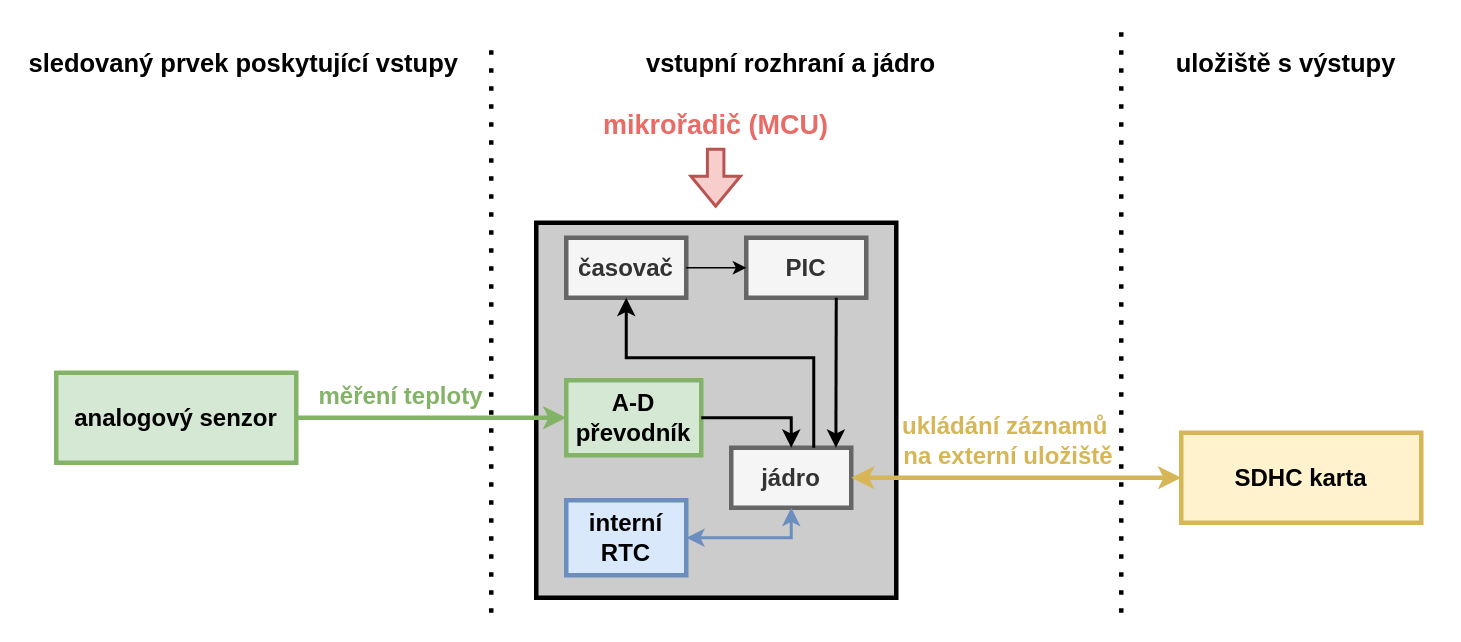
Doly02/thesis keeps this draw.io diagram as diagrams/recorder_mcu/recorder_mcu.drawio. Above is the earlier version. Source tidied: cells renumbered, new cells numbered last; positions are measured from the earlier drawing's top-left corner, leaving out a move shared by most shapes. Both pictures are drawn from the tidied source at 150%, with x=0, y=0 at pixel (26, 27).
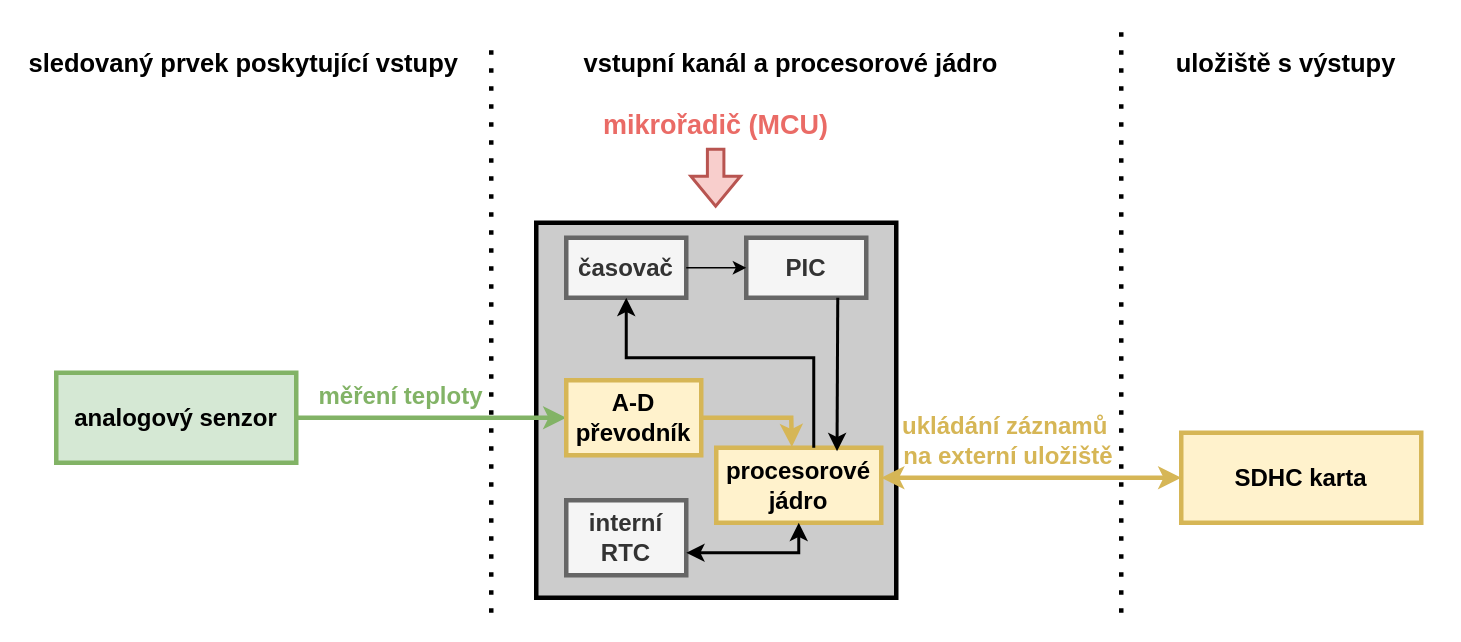
After the change.

Commit message (it also covers changes not shown here):
[TECH_REPORT] Updates Theory Section. Updates Diagrams Common Datalogger Scheme & MCU Recorder.

The change refers to these unchanged cells:
```xml
<mxCell id="7" value="&lt;font style=&quot;font-size: 16px;&quot;&gt;&lt;b style=&quot;&quot;&gt;SDHC karta&lt;/b&gt;&lt;/font&gt;" style="rounded=0;whiteSpace=wrap;html=1;fillColor=#fff2cc;strokeColor=#d6b656;strokeWidth=3;" parent="1" vertex="1">
  <mxGeometry x="770" y="270" width="160" height="60" as="geometry" />
</mxCell>
<mxCell id="13" value="&lt;font style=&quot;font-size: 16px;&quot;&gt;&lt;b style=&quot;&quot;&gt;PIC&lt;/b&gt;&lt;/font&gt;" style="rounded=0;whiteSpace=wrap;html=1;fillColor=#f5f5f5;fontColor=#333333;strokeColor=#666666;strokeWidth=3;" parent="1" vertex="1">
  <mxGeometry x="480" y="140" width="80" height="40" as="geometry" />
</mxCell>
```

What changed in the source:
```diff
@@
-    <mxCell id="5" value="&lt;font style=&quot;font-size: 16px;&quot;&gt;&lt;b style=&quot;&quot;&gt;A-D&lt;/b&gt;&lt;/font&gt;&lt;div&gt;&lt;font style=&quot;font-size: 16px;&quot;&gt;&lt;b style=&quot;&quot;&gt;převodník&lt;/b&gt;&lt;/font&gt;&lt;/div&gt;" style="rounded=0;whiteSpace=wrap;html=1;fillColor=#d5e8d4;strokeColor=#82b366;strokeWidth=3;" parent="1" vertex="1">
+    <mxCell id="5" value="&lt;font style=&quot;font-size: 16px;&quot;&gt;&lt;b style=&quot;&quot;&gt;A-D&lt;/b&gt;&lt;/font&gt;&lt;div&gt;&lt;font style=&quot;font-size: 16px;&quot;&gt;&lt;b style=&quot;&quot;&gt;převodník&lt;/b&gt;&lt;/font&gt;&lt;/div&gt;" style="rounded=0;whiteSpace=wrap;html=1;fillColor=#fff2cc;strokeColor=#d6b656;strokeWidth=3;" parent="1" vertex="1">
       <mxGeometry x="360" y="235" width="90" height="50" as="geometry" />
     </mxCell>
-    <mxCell id="6" value="&lt;b style=&quot;&quot;&gt;&lt;font style=&quot;font-size: 16px;&quot;&gt;interní&lt;/font&gt;&lt;/b&gt;&lt;div&gt;&lt;b style=&quot;&quot;&gt;&lt;font style=&quot;font-size: 16px;&quot;&gt;RTC&lt;/font&gt;&lt;/b&gt;&lt;/div&gt;" style="rounded=0;whiteSpace=wrap;html=1;fillColor=#dae8fc;strokeColor=#6c8ebf;strokeWidth=3;" parent="1" vertex="1">
+    <mxCell id="6" value="&lt;b style=&quot;&quot;&gt;&lt;font style=&quot;font-size: 16px;&quot;&gt;interní&lt;/font&gt;&lt;/b&gt;&lt;div&gt;&lt;b style=&quot;&quot;&gt;&lt;font style=&quot;font-size: 16px;&quot;&gt;RTC&lt;/font&gt;&lt;/b&gt;&lt;/div&gt;" style="rounded=0;whiteSpace=wrap;html=1;fillColor=#f5f5f5;strokeColor=#666666;strokeWidth=3;fontColor=#333333;" parent="1" vertex="1">
       <mxGeometry x="360" y="315" width="80" height="50" as="geometry" />
     </mxCell>
@@
-    <mxCell id="8" value="&lt;font style=&quot;font-size: 16px;&quot;&gt;&lt;b style=&quot;&quot;&gt;jádro&lt;/b&gt;&lt;/font&gt;" style="rounded=0;whiteSpace=wrap;html=1;fillColor=#f5f5f5;fontColor=#333333;strokeColor=#666666;strokeWidth=3;" parent="1" vertex="1">
-      <mxGeometry x="470" y="280" width="80" height="40" as="geometry" />
+    <mxCell id="8" value="&lt;div&gt;&lt;font style=&quot;font-size: 16px;&quot;&gt;&lt;b style=&quot;&quot;&gt;procesorové&lt;/b&gt;&lt;/font&gt;&lt;/div&gt;&lt;font style=&quot;font-size: 16px;&quot;&gt;&lt;b style=&quot;&quot;&gt;jádro&lt;/b&gt;&lt;/font&gt;" style="rounded=0;whiteSpace=wrap;html=1;fillColor=#fff2cc;strokeColor=#d6b656;strokeWidth=3;" parent="1" vertex="1">
+      <mxGeometry x="460" y="280" width="110" height="50" as="geometry" />
     </mxCell>
-    <mxCell id="9" style="endArrow=classic;html=1;rounded=0;exitX=1;exitY=0.5;exitDx=0;exitDy=0;entryX=0.5;entryY=0;entryDx=0;entryDy=0;strokeWidth=2;" parent="1" edge="1" source="5" target="8">
+    <mxCell id="9" style="endArrow=classic;html=1;rounded=0;exitX=1;exitY=0.5;exitDx=0;exitDy=0;entryX=0.458;entryY=-0.01;entryDx=0;entryDy=0;strokeWidth=3;entryPerimeter=0;fillColor=#fff2cc;strokeColor=#d6b656;" parent="1" edge="1" source="5" target="8">
       <mxGeometry relative="1" as="geometry">
         <Array as="points">
           <mxPoint x="510" y="260" />
         </Array>
       </mxGeometry>
     </mxCell>
-    <mxCell id="10" style="endArrow=classic;html=1;rounded=0;exitX=1;exitY=0.5;exitDx=0;exitDy=0;entryX=0.5;entryY=1;entryDx=0;entryDy=0;startArrow=classic;startFill=1;fillColor=#dae8fc;strokeColor=#6c8ebf;strokeWidth=2;" parent="1" edge="1" source="6" target="8">
+    <mxCell id="10" style="endArrow=classic;html=1;rounded=0;entryX=0.5;entryY=1;entryDx=0;entryDy=0;startArrow=classic;startFill=1;fillColor=#dae8fc;strokeColor=#000000;strokeWidth=2;" parent="1" edge="1" target="8">
       <mxGeometry relative="1" as="geometry">
+        <mxPoint x="440" y="350" as="sourcePoint" />
         <Array as="points">
-          <mxPoint x="510" y="340" />
+          <mxPoint x="515" y="350" />
+          <mxPoint x="515" y="340" />
         </Array>
       </mxGeometry>
     </mxCell>
@@
-    <mxCell id="15" style="endArrow=classic;html=1;rounded=0;exitX=0.75;exitY=1;exitDx=0;exitDy=0;entryX=0.872;entryY=-0.001;entryDx=0;entryDy=0;entryPerimeter=0;strokeWidth=2;" parent="1" edge="1" source="13" target="8">
-      <mxGeometry relative="1" as="geometry" />
+    <mxCell id="15" style="endArrow=classic;html=1;rounded=0;entryX=0.732;entryY=0.046;entryDx=0;entryDy=0;strokeWidth=2;entryPerimeter=0;" parent="1" edge="1" target="8">
+      <mxGeometry relative="1" as="geometry">
+        <mxPoint x="541" y="180" as="sourcePoint" />
+      </mxGeometry>
     </mxCell>
@@
     <mxCell id="19" style="endArrow=classic;startArrow=classic;html=1;rounded=0;entryX=0;entryY=0.5;entryDx=0;entryDy=0;fillColor=#fff2cc;strokeColor=#d6b656;strokeWidth=3;" parent="1" edge="1" target="7">
       <mxGeometry relative="1" as="geometry">
-        <mxPoint x="550" y="300" as="sourcePoint" />
+        <mxPoint x="570" y="300" as="sourcePoint" />
       </mxGeometry>
     </mxCell>
@@
-    <mxCell id="23" value="&lt;font style=&quot;font-size: 17px;&quot;&gt;&lt;b style=&quot;&quot;&gt;vstupní rozhraní a jádro&lt;/b&gt;&lt;/font&gt;" style="text;html=1;align=center;verticalAlign=middle;whiteSpace=wrap;rounded=0;" parent="1" vertex="1">
+    <mxCell id="23" value="&lt;font style=&quot;font-size: 17px;&quot;&gt;&lt;b style=&quot;&quot;&gt;vstupní kanál a procesorové jádro&lt;/b&gt;&lt;/font&gt;" style="text;html=1;align=center;verticalAlign=middle;whiteSpace=wrap;rounded=0;" parent="1" vertex="1">
       <mxGeometry x="330" y="10" width="360" height="30" as="geometry" />
     </mxCell>
```
